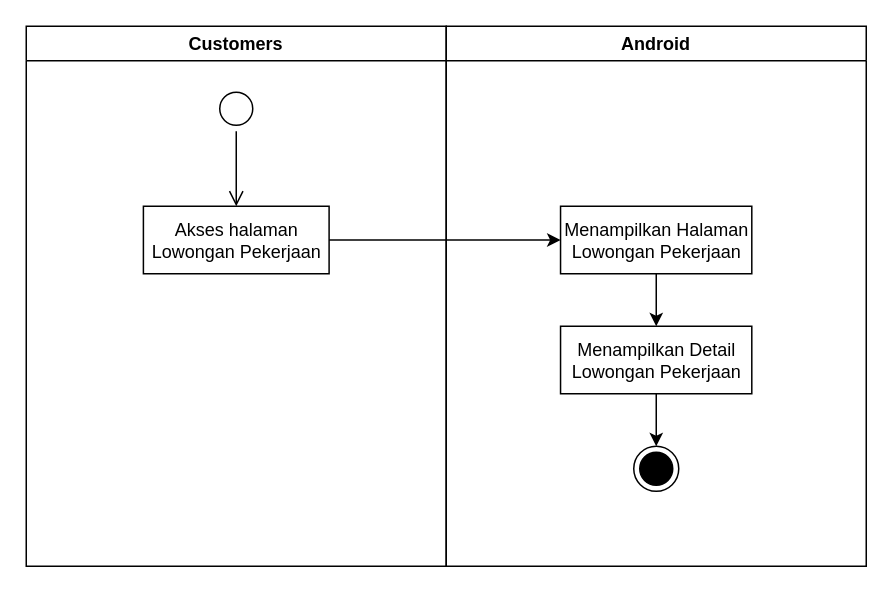
Earlier version of the draw.io diagram Dokumen TA/Diagram/activity_diagram/user/user lowongan pekerjaan.drawio (secondline16/ptsuryasafetynusantara). Source tidied: cells renumbered, new cells numbered last; positions are measured from the earlier drawing's top-left corner, leaving out a move shared by most shapes. Both pictures are drawn from the tidied source at 150%, with x=0, y=0 at pixel (26, 26).
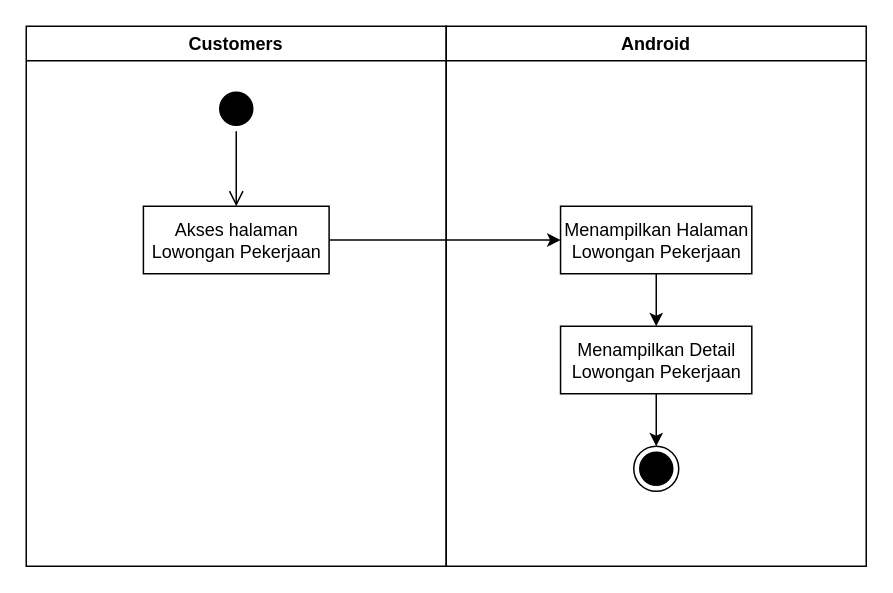
Above is the later version.

What changed in the source:
```diff
@@
 <mxGraphModel>
   <root>
     <mxCell id="0" />
     <mxCell id="1" parent="0" />
     <mxCell id="2" value="Android" style="swimlane;fillColor=none;startSize=23;" parent="1" vertex="1">
       <mxGeometry x="280" width="280" height="360" as="geometry" />
     </mxCell>
     <mxCell id="3" style="edgeStyle=orthogonalEdgeStyle;rounded=0;jettySize=auto;html=1;" parent="2" edge="1" source="4" target="7">
       <mxGeometry relative="1" as="geometry" />
     </mxCell>
     <mxCell id="4" value="Menampilkan Halaman&lt;br&gt;Lowongan Pekerjaan" style="html=1;strokeColor=#000000;fillColor=default;" parent="2" vertex="1">
       <mxGeometry x="76.2" y="120" width="127.5" height="45" as="geometry" />
     </mxCell>
     <mxCell id="5" style="ellipse;html=1;shape=endState;fillColor=#000000;strokeColor=#000000;" parent="2" vertex="1">
       <mxGeometry x="125" y="280" width="30" height="30" as="geometry" />
     </mxCell>
     <mxCell id="6" style="edgeStyle=orthogonalEdgeStyle;rounded=0;jettySize=auto;html=1;" parent="2" edge="1" source="7" target="5">
       <mxGeometry relative="1" as="geometry" />
     </mxCell>
     <mxCell id="7" value="Menampilkan Detail&lt;br&gt;Lowongan Pekerjaan" style="html=1;strokeColor=#000000;fillColor=default;" parent="2" vertex="1">
       <mxGeometry x="76.2" y="200" width="127.5" height="45" as="geometry" />
     </mxCell>
     <mxCell id="8" value="Customers" style="swimlane;fillColor=none;" parent="1" vertex="1">
       <mxGeometry width="280" height="360" as="geometry" />
     </mxCell>
-    <mxCell id="9" style="ellipse;html=1;shape=startState;fillColor=default;strokeColor=#000000;" parent="8" vertex="1">
+    <mxCell id="9" style="ellipse;html=1;shape=startState;fillColor=#000000;strokeColor=#000000;" parent="8" vertex="1">
       <mxGeometry x="125" y="40" width="30" height="30" as="geometry" />
     </mxCell>
     <mxCell id="10" style="edgeStyle=orthogonalEdgeStyle;html=1;verticalAlign=bottom;endArrow=open;endSize=8;strokeColor=#000000;rounded=0;" parent="8" edge="1" source="9">
       <mxGeometry relative="1" as="geometry">
         <mxPoint x="140" y="120" as="targetPoint" />
       </mxGeometry>
     </mxCell>
     <mxCell id="11" value="Akses halaman&lt;br&gt;Lowongan Pekerjaan" style="html=1;strokeColor=#000000;fillColor=default;" parent="8" vertex="1">
       <mxGeometry x="78.1" y="120" width="123.8" height="45" as="geometry" />
     </mxCell>
     <mxCell id="12" style="edgeStyle=orthogonalEdgeStyle;rounded=0;jettySize=auto;html=1;exitX=1;exitY=0.5;exitDx=0;exitDy=0;strokeColor=#000000;entryX=0;entryY=0.5;entryDx=0;entryDy=0;" parent="1" edge="1" source="11" target="4">
       <mxGeometry relative="1" as="geometry">
         <Array as="points">
           <mxPoint x="340" y="143" />
           <mxPoint x="350" y="143" />
         </Array>
       </mxGeometry>
     </mxCell>
   </root>
 </mxGraphModel>
```
